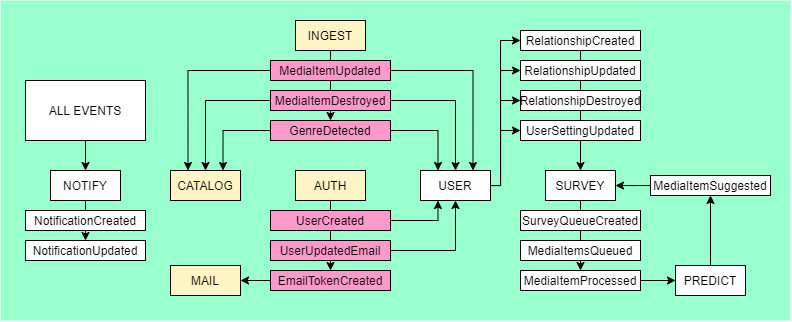
Earlier version of the draw.io export docs/event-flow.png (flickswipe/app). Source tidied: cells renumbered, new cells last; positions are measured from the earlier drawing's top-left corner, leaving out a move shared by most shapes.
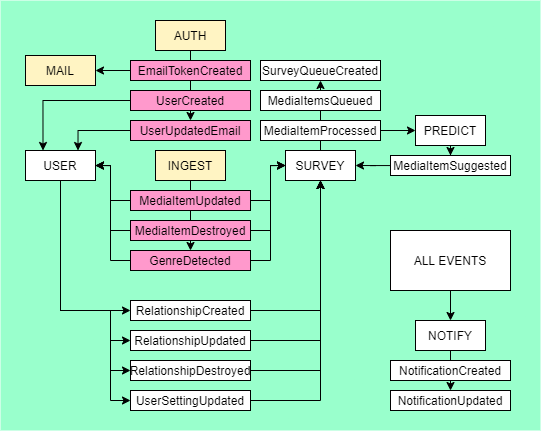
Later version of the same file.

Diff of the diagram source:
```diff
@@ -2,169 +2,215 @@
   <root>
     <mxCell id="0" />
     <mxCell id="1" parent="0" />
-    <mxCell id="2" style="whiteSpace=wrap;html=1;strokeColor=none;fillColor=#99FFCC;shadow=0;" parent="1" vertex="1">
-      <mxGeometry width="790" height="320" as="geometry" />
-    </mxCell>
-    <mxCell id="3" style="edgeStyle=orthogonalEdgeStyle;rounded=0;jettySize=auto;html=1;entryX=0.5;entryY=0;entryDx=0;entryDy=0;" parent="1" edge="1" source="4" target="20">
-      <mxGeometry relative="1" as="geometry" />
-    </mxCell>
+    <mxCell id="50" style="whiteSpace=wrap;html=1;strokeColor=none;fillColor=#99FFCC;shadow=0;" parent="1" vertex="1">
+      <mxGeometry x="380" y="-160" width="540" height="430" as="geometry" />
+    </mxCell>
+    <mxCell id="51" style="edgeStyle=orthogonalEdgeStyle;rounded=0;jettySize=auto;html=1;entryX=0.5;entryY=0;entryDx=0;entryDy=0;" parent="1" edge="1" source="4" target="18">
+      <mxGeometry relative="1" as="geometry" />
+    </mxCell>
     <mxCell id="4" value="AUTH" style="rounded=0;whiteSpace=wrap;html=1;fillColor=#FFF4C3;" parent="1" vertex="1">
-      <mxGeometry x="295" y="170" width="70" height="30" as="geometry" />
+      <mxGeometry x="535" y="-140" width="70" height="30" as="geometry" />
     </mxCell>
     <mxCell id="5" style="edgeStyle=orthogonalEdgeStyle;rounded=0;jettySize=auto;html=1;entryX=0.5;entryY=0;entryDx=0;entryDy=0;" parent="1" edge="1" source="6" target="29">
       <mxGeometry relative="1" as="geometry" />
     </mxCell>
     <mxCell id="6" value="INGEST" style="rounded=0;whiteSpace=wrap;html=1;fillColor=#FFF4C3;" parent="1" vertex="1">
-      <mxGeometry x="295" y="20" width="70" height="30" as="geometry" />
+      <mxGeometry x="535" y="-10" width="70" height="30" as="geometry" />
     </mxCell>
     <mxCell id="7" style="edgeStyle=orthogonalEdgeStyle;rounded=0;jettySize=auto;html=1;entryX=0;entryY=0.5;entryDx=0;entryDy=0;" parent="1" edge="1" source="11" target="32">
       <mxGeometry relative="1" as="geometry">
         <Array as="points">
-          <mxPoint x="500" y="185" />
-          <mxPoint x="500" y="40" />
+          <mxPoint x="440" y="150" />
         </Array>
       </mxGeometry>
     </mxCell>
     <mxCell id="8" style="edgeStyle=orthogonalEdgeStyle;rounded=0;jettySize=auto;html=1;entryX=0;entryY=0.5;entryDx=0;entryDy=0;" parent="1" edge="1" source="11" target="35">
       <mxGeometry relative="1" as="geometry">
         <Array as="points">
-          <mxPoint x="500" y="185" />
-          <mxPoint x="500" y="70" />
+          <mxPoint x="440" y="150" />
+          <mxPoint x="490" y="150" />
+          <mxPoint x="490" y="180" />
         </Array>
       </mxGeometry>
     </mxCell>
     <mxCell id="9" style="edgeStyle=orthogonalEdgeStyle;rounded=0;jettySize=auto;html=1;" parent="1" edge="1" source="11" target="36">
       <mxGeometry relative="1" as="geometry">
         <Array as="points">
-          <mxPoint x="500" y="185" />
-          <mxPoint x="500" y="100" />
+          <mxPoint x="440" y="150" />
+          <mxPoint x="490" y="150" />
+          <mxPoint x="490" y="210" />
         </Array>
       </mxGeometry>
     </mxCell>
     <mxCell id="10" style="edgeStyle=orthogonalEdgeStyle;rounded=0;jettySize=auto;html=1;" parent="1" edge="1" source="11" target="37">
       <mxGeometry relative="1" as="geometry">
         <Array as="points">
-          <mxPoint x="500" y="185" />
-          <mxPoint x="500" y="130" />
+          <mxPoint x="440" y="150" />
+          <mxPoint x="490" y="150" />
+          <mxPoint x="490" y="240" />
         </Array>
       </mxGeometry>
     </mxCell>
     <mxCell id="11" value="USER" style="rounded=0;whiteSpace=wrap;html=1;" parent="1" vertex="1">
-      <mxGeometry x="420" y="170" width="70" height="30" as="geometry" />
+      <mxGeometry x="405" y="-10" width="70" height="30" as="geometry" />
     </mxCell>
-    <mxCell id="12" value="CATALOG" style="rounded=0;whiteSpace=wrap;html=1;fillColor=#FFF4C3;" parent="1" vertex="1">
-      <mxGeometry x="170" y="170" width="70" height="30" as="geometry" />
-    </mxCell>
     <mxCell id="13" style="edgeStyle=orthogonalEdgeStyle;rounded=0;jettySize=auto;html=1;" parent="1" edge="1" source="14" target="39">
       <mxGeometry relative="1" as="geometry" />
     </mxCell>
     <mxCell id="14" value="PREDICT" style="rounded=0;whiteSpace=wrap;html=1;" parent="1" vertex="1">
-      <mxGeometry x="675" y="265" width="70" height="30" as="geometry" />
+      <mxGeometry x="795" y="-45" width="70" height="30" as="geometry" />
     </mxCell>
-    <mxCell id="15" style="edgeStyle=orthogonalEdgeStyle;rounded=0;jettySize=auto;html=1;entryX=0.25;entryY=1;entryDx=0;entryDy=0;" parent="1" edge="1" source="16" target="11">
+    <mxCell id="15" style="edgeStyle=orthogonalEdgeStyle;rounded=0;jettySize=auto;html=1;entryX=0.25;entryY=0;entryDx=0;entryDy=0;" parent="1" edge="1" source="16" target="11">
       <mxGeometry relative="1" as="geometry" />
     </mxCell>
     <mxCell id="16" value="UserCreated" style="rounded=0;whiteSpace=wrap;html=1;fillColor=#FF99CC;" parent="1" vertex="1">
-      <mxGeometry x="270" y="210" width="120" height="20" as="geometry" />
+      <mxGeometry x="510" y="-70" width="120" height="20" as="geometry" />
     </mxCell>
-    <mxCell id="17" style="edgeStyle=orthogonalEdgeStyle;rounded=0;jettySize=auto;html=1;entryX=0.5;entryY=1;entryDx=0;entryDy=0;" parent="1" edge="1" source="18" target="11">
+    <mxCell id="17" style="edgeStyle=orthogonalEdgeStyle;rounded=0;jettySize=auto;html=1;entryX=0.75;entryY=0;entryDx=0;entryDy=0;" parent="1" edge="1" source="18" target="11">
       <mxGeometry relative="1" as="geometry" />
     </mxCell>
     <mxCell id="18" value="UserUpdatedEmail" style="rounded=0;whiteSpace=wrap;html=1;fillColor=#FF99CC;" parent="1" vertex="1">
-      <mxGeometry x="270" y="240" width="120" height="20" as="geometry" />
+      <mxGeometry x="510" y="-40" width="120" height="20" as="geometry" />
     </mxCell>
     <mxCell id="19" style="edgeStyle=orthogonalEdgeStyle;rounded=0;jettySize=auto;html=1;" parent="1" edge="1" source="20" target="30">
       <mxGeometry relative="1" as="geometry" />
     </mxCell>
     <mxCell id="20" value="EmailTokenCreated" style="rounded=0;whiteSpace=wrap;html=1;fillColor=#FF99CC;" parent="1" vertex="1">
-      <mxGeometry x="270" y="270" width="120" height="20" as="geometry" />
+      <mxGeometry x="510" y="-100" width="120" height="20" as="geometry" />
     </mxCell>
-    <mxCell id="21" style="edgeStyle=orthogonalEdgeStyle;rounded=0;jettySize=auto;html=1;entryX=0.25;entryY=0;entryDx=0;entryDy=0;" parent="1" edge="1" source="23" target="12">
-      <mxGeometry relative="1" as="geometry" />
-    </mxCell>
-    <mxCell id="22" style="edgeStyle=orthogonalEdgeStyle;rounded=0;jettySize=auto;html=1;entryX=0.75;entryY=0;entryDx=0;entryDy=0;" parent="1" edge="1" source="23" target="11">
-      <mxGeometry relative="1" as="geometry" />
-    </mxCell>
+    <mxCell id="52" style="edgeStyle=orthogonalEdgeStyle;rounded=0;jettySize=auto;html=1;" parent="1" edge="1" source="23">
+      <mxGeometry relative="1" as="geometry">
+        <mxPoint x="475" y="5" as="targetPoint" />
+        <Array as="points">
+          <mxPoint x="490" y="40" />
+          <mxPoint x="490" y="5" />
+          <mxPoint x="475" y="5" />
+        </Array>
+      </mxGeometry>
+    </mxCell>
+    <mxCell id="53" style="edgeStyle=orthogonalEdgeStyle;rounded=0;jettySize=auto;html=1;entryX=0;entryY=0.5;entryDx=0;entryDy=0;" parent="1" edge="1" source="23" target="47">
+      <mxGeometry relative="1" as="geometry">
+        <Array as="points">
+          <mxPoint x="650" y="40" />
+          <mxPoint x="650" y="5" />
+        </Array>
+      </mxGeometry>
+    </mxCell>
     <mxCell id="23" value="MediaItemUpdated" style="rounded=0;whiteSpace=wrap;html=1;fillColor=#FF99CC;" parent="1" vertex="1">
-      <mxGeometry x="270" y="60" width="120" height="20" as="geometry" />
+      <mxGeometry x="510" y="30" width="120" height="20" as="geometry" />
     </mxCell>
-    <mxCell id="24" style="edgeStyle=orthogonalEdgeStyle;rounded=0;jettySize=auto;html=1;entryX=0.5;entryY=0;entryDx=0;entryDy=0;" parent="1" edge="1" source="26" target="12">
-      <mxGeometry relative="1" as="geometry" />
-    </mxCell>
-    <mxCell id="25" style="edgeStyle=orthogonalEdgeStyle;rounded=0;jettySize=auto;html=1;entryX=0.5;entryY=0;entryDx=0;entryDy=0;" parent="1" edge="1" source="26" target="11">
-      <mxGeometry relative="1" as="geometry" />
+    <mxCell id="25" style="edgeStyle=orthogonalEdgeStyle;rounded=0;jettySize=auto;html=1;entryX=1;entryY=0.5;entryDx=0;entryDy=0;" parent="1" edge="1" source="26" target="11">
+      <mxGeometry relative="1" as="geometry">
+        <Array as="points">
+          <mxPoint x="490" y="70" />
+          <mxPoint x="490" y="5" />
+        </Array>
+      </mxGeometry>
     </mxCell>
+    <mxCell id="54" style="edgeStyle=orthogonalEdgeStyle;rounded=0;jettySize=auto;html=1;entryX=0;entryY=0.5;entryDx=0;entryDy=0;" parent="1" edge="1" source="26" target="47">
+      <mxGeometry relative="1" as="geometry">
+        <Array as="points">
+          <mxPoint x="650" y="70" />
+          <mxPoint x="650" y="5" />
+        </Array>
+      </mxGeometry>
+    </mxCell>
     <mxCell id="26" value="MediaItemDestroyed" style="rounded=0;whiteSpace=wrap;html=1;fillColor=#FF99CC;" parent="1" vertex="1">
-      <mxGeometry x="270" y="90" width="120" height="20" as="geometry" />
+      <mxGeometry x="510" y="60" width="120" height="20" as="geometry" />
     </mxCell>
-    <mxCell id="27" style="edgeStyle=orthogonalEdgeStyle;rounded=0;jettySize=auto;html=1;entryX=0.75;entryY=0;entryDx=0;entryDy=0;" parent="1" edge="1" source="29" target="12">
-      <mxGeometry relative="1" as="geometry" />
-    </mxCell>
-    <mxCell id="28" style="edgeStyle=orthogonalEdgeStyle;rounded=0;jettySize=auto;html=1;entryX=0.25;entryY=0;entryDx=0;entryDy=0;" parent="1" edge="1" source="29" target="11">
-      <mxGeometry relative="1" as="geometry" />
+    <mxCell id="28" style="edgeStyle=orthogonalEdgeStyle;rounded=0;jettySize=auto;html=1;entryX=1;entryY=0.5;entryDx=0;entryDy=0;" parent="1" edge="1" source="29" target="11">
+      <mxGeometry relative="1" as="geometry">
+        <Array as="points">
+          <mxPoint x="490" y="100" />
+          <mxPoint x="490" y="5" />
+        </Array>
+      </mxGeometry>
     </mxCell>
+    <mxCell id="55" style="edgeStyle=orthogonalEdgeStyle;rounded=0;jettySize=auto;html=1;entryX=0;entryY=0.5;entryDx=0;entryDy=0;" parent="1" edge="1" source="29" target="47">
+      <mxGeometry relative="1" as="geometry">
+        <Array as="points">
+          <mxPoint x="650" y="100" />
+          <mxPoint x="650" y="5" />
+        </Array>
+      </mxGeometry>
+    </mxCell>
     <mxCell id="29" value="GenreDetected" style="rounded=0;whiteSpace=wrap;html=1;fillColor=#FF99CC;" parent="1" vertex="1">
-      <mxGeometry x="270" y="120" width="120" height="20" as="geometry" />
+      <mxGeometry x="510" y="90" width="120" height="20" as="geometry" />
     </mxCell>
     <mxCell id="30" value="MAIL" style="rounded=0;whiteSpace=wrap;html=1;fillColor=#FFF4C3;" parent="1" vertex="1">
-      <mxGeometry x="170" y="265" width="70" height="30" as="geometry" />
+      <mxGeometry x="405" y="-105" width="70" height="30" as="geometry" />
     </mxCell>
-    <mxCell id="31" style="edgeStyle=orthogonalEdgeStyle;rounded=0;jettySize=auto;html=1;entryX=0.5;entryY=0;entryDx=0;entryDy=0;" parent="1" edge="1" source="32" target="47">
-      <mxGeometry relative="1" as="geometry" />
+    <mxCell id="31" style="edgeStyle=orthogonalEdgeStyle;rounded=0;jettySize=auto;html=1;entryX=0.5;entryY=1;entryDx=0;entryDy=0;" parent="1" edge="1" source="32" target="47">
+      <mxGeometry relative="1" as="geometry">
+        <Array as="points">
+          <mxPoint x="700" y="150" />
+        </Array>
+      </mxGeometry>
     </mxCell>
     <mxCell id="32" value="RelationshipCreated" style="rounded=0;whiteSpace=wrap;html=1;" parent="1" vertex="1">
-      <mxGeometry x="520" y="30" width="120" height="20" as="geometry" />
+      <mxGeometry x="510" y="140" width="120" height="20" as="geometry" />
     </mxCell>
-    <mxCell id="33" style="edgeStyle=orthogonalEdgeStyle;rounded=0;jettySize=auto;html=1;" parent="1" edge="1" source="34" target="14">
-      <mxGeometry relative="1" as="geometry" />
-    </mxCell>
-    <mxCell id="34" value="MediaItemProcessed" style="rounded=0;whiteSpace=wrap;html=1;" parent="1" vertex="1">
-      <mxGeometry x="520" y="270" width="120" height="20" as="geometry" />
-    </mxCell>
+    <mxCell id="56" style="edgeStyle=orthogonalEdgeStyle;rounded=0;jettySize=auto;html=1;entryX=0.5;entryY=1;entryDx=0;entryDy=0;" parent="1" edge="1" source="35" target="47">
+      <mxGeometry relative="1" as="geometry" />
+    </mxCell>
     <mxCell id="35" value="RelationshipUpdated" style="rounded=0;whiteSpace=wrap;html=1;" parent="1" vertex="1">
-      <mxGeometry x="520" y="60" width="120" height="20" as="geometry" />
+      <mxGeometry x="510" y="170" width="120" height="20" as="geometry" />
     </mxCell>
+    <mxCell id="57" style="edgeStyle=orthogonalEdgeStyle;rounded=0;jettySize=auto;html=1;entryX=0.5;entryY=1;entryDx=0;entryDy=0;" parent="1" edge="1" source="36" target="47">
+      <mxGeometry relative="1" as="geometry" />
+    </mxCell>
     <mxCell id="36" value="RelationshipDestroyed" style="rounded=0;whiteSpace=wrap;html=1;" parent="1" vertex="1">
-      <mxGeometry x="520" y="90" width="120" height="20" as="geometry" />
+      <mxGeometry x="510" y="200" width="120" height="20" as="geometry" />
     </mxCell>
+    <mxCell id="58" style="edgeStyle=orthogonalEdgeStyle;rounded=0;jettySize=auto;html=1;" parent="1" edge="1" source="37">
+      <mxGeometry relative="1" as="geometry">
+        <mxPoint x="700" y="20" as="targetPoint" />
+      </mxGeometry>
+    </mxCell>
     <mxCell id="37" value="UserSettingUpdated" style="rounded=0;whiteSpace=wrap;html=1;" parent="1" vertex="1">
-      <mxGeometry x="520" y="120" width="120" height="20" as="geometry" />
+      <mxGeometry x="510" y="230" width="120" height="20" as="geometry" />
     </mxCell>
-    <mxCell id="38" style="edgeStyle=orthogonalEdgeStyle;rounded=0;jettySize=auto;html=1;" parent="1" edge="1" source="39" target="47">
+    <mxCell id="38" style="edgeStyle=orthogonalEdgeStyle;rounded=0;jettySize=auto;html=1;entryX=1;entryY=0.5;entryDx=0;entryDy=0;" parent="1" edge="1" source="39" target="47">
       <mxGeometry relative="1" as="geometry" />
     </mxCell>
     <mxCell id="39" value="MediaItemSuggested" style="rounded=0;whiteSpace=wrap;html=1;" parent="1" vertex="1">
-      <mxGeometry x="650" y="175" width="120" height="20" as="geometry" />
+      <mxGeometry x="770" y="-5" width="120" height="20" as="geometry" />
     </mxCell>
     <mxCell id="40" style="edgeStyle=orthogonalEdgeStyle;rounded=0;jettySize=auto;html=1;" parent="1" edge="1" source="41" target="45">
       <mxGeometry relative="1" as="geometry" />
     </mxCell>
     <mxCell id="41" value="NOTIFY" style="rounded=0;whiteSpace=wrap;html=1;" parent="1" vertex="1">
-      <mxGeometry x="50" y="170" width="70" height="30" as="geometry" />
+      <mxGeometry x="795" y="160" width="70" height="30" as="geometry" />
     </mxCell>
     <mxCell id="42" style="edgeStyle=orthogonalEdgeStyle;rounded=0;jettySize=auto;html=1;" parent="1" edge="1" source="43" target="41">
       <mxGeometry relative="1" as="geometry" />
     </mxCell>
     <mxCell id="43" value="ALL EVENTS" style="rounded=0;whiteSpace=wrap;html=1;" parent="1" vertex="1">
-      <mxGeometry x="25" y="80" width="120" height="60" as="geometry" />
+      <mxGeometry x="770" y="70" width="120" height="60" as="geometry" />
     </mxCell>
     <mxCell id="44" value="NotificationCreated" style="rounded=0;whiteSpace=wrap;html=1;" parent="1" vertex="1">
-      <mxGeometry x="25" y="210" width="120" height="20" as="geometry" />
+      <mxGeometry x="770" y="200" width="120" height="20" as="geometry" />
     </mxCell>
     <mxCell id="45" value="NotificationUpdated" style="rounded=0;whiteSpace=wrap;html=1;" parent="1" vertex="1">
-      <mxGeometry x="25" y="240" width="120" height="20" as="geometry" />
+      <mxGeometry x="770" y="230" width="120" height="20" as="geometry" />
     </mxCell>
-    <mxCell id="46" style="edgeStyle=orthogonalEdgeStyle;rounded=0;jettySize=auto;html=1;entryX=0.5;entryY=0;entryDx=0;entryDy=0;" parent="1" edge="1" source="47" target="34">
-      <mxGeometry relative="1" as="geometry" />
-    </mxCell>
+    <mxCell id="59" style="edgeStyle=orthogonalEdgeStyle;rounded=0;jettySize=auto;html=1;entryX=0.5;entryY=1;entryDx=0;entryDy=0;" parent="1" edge="1" source="47" target="49">
+      <mxGeometry relative="1" as="geometry" />
+    </mxCell>
     <mxCell id="47" value="SURVEY" style="rounded=0;whiteSpace=wrap;html=1;" parent="1" vertex="1">
-      <mxGeometry x="545" y="170" width="70" height="30" as="geometry" />
+      <mxGeometry x="665" y="-10" width="70" height="30" as="geometry" />
     </mxCell>
     <mxCell id="48" value="MediaItemsQueued" style="rounded=0;whiteSpace=wrap;html=1;" parent="1" vertex="1">
-      <mxGeometry x="520" y="240" width="120" height="20" as="geometry" />
+      <mxGeometry x="640" y="-70" width="120" height="20" as="geometry" />
     </mxCell>
     <mxCell id="49" value="SurveyQueueCreated" style="rounded=0;whiteSpace=wrap;html=1;" parent="1" vertex="1">
-      <mxGeometry x="520" y="210" width="120" height="20" as="geometry" />
+      <mxGeometry x="640" y="-100" width="120" height="20" as="geometry" />
     </mxCell>
+    <mxCell id="33" style="edgeStyle=orthogonalEdgeStyle;rounded=0;jettySize=auto;html=1;entryX=0;entryY=0.5;entryDx=0;entryDy=0;" parent="1" edge="1" source="34" target="14">
+      <mxGeometry relative="1" as="geometry" />
+    </mxCell>
+    <mxCell id="34" value="MediaItemProcessed" style="rounded=0;whiteSpace=wrap;html=1;" parent="1" vertex="1">
+      <mxGeometry x="640" y="-40" width="120" height="20" as="geometry" />
+    </mxCell>
   </root>
 </mxGraphModel>
```
